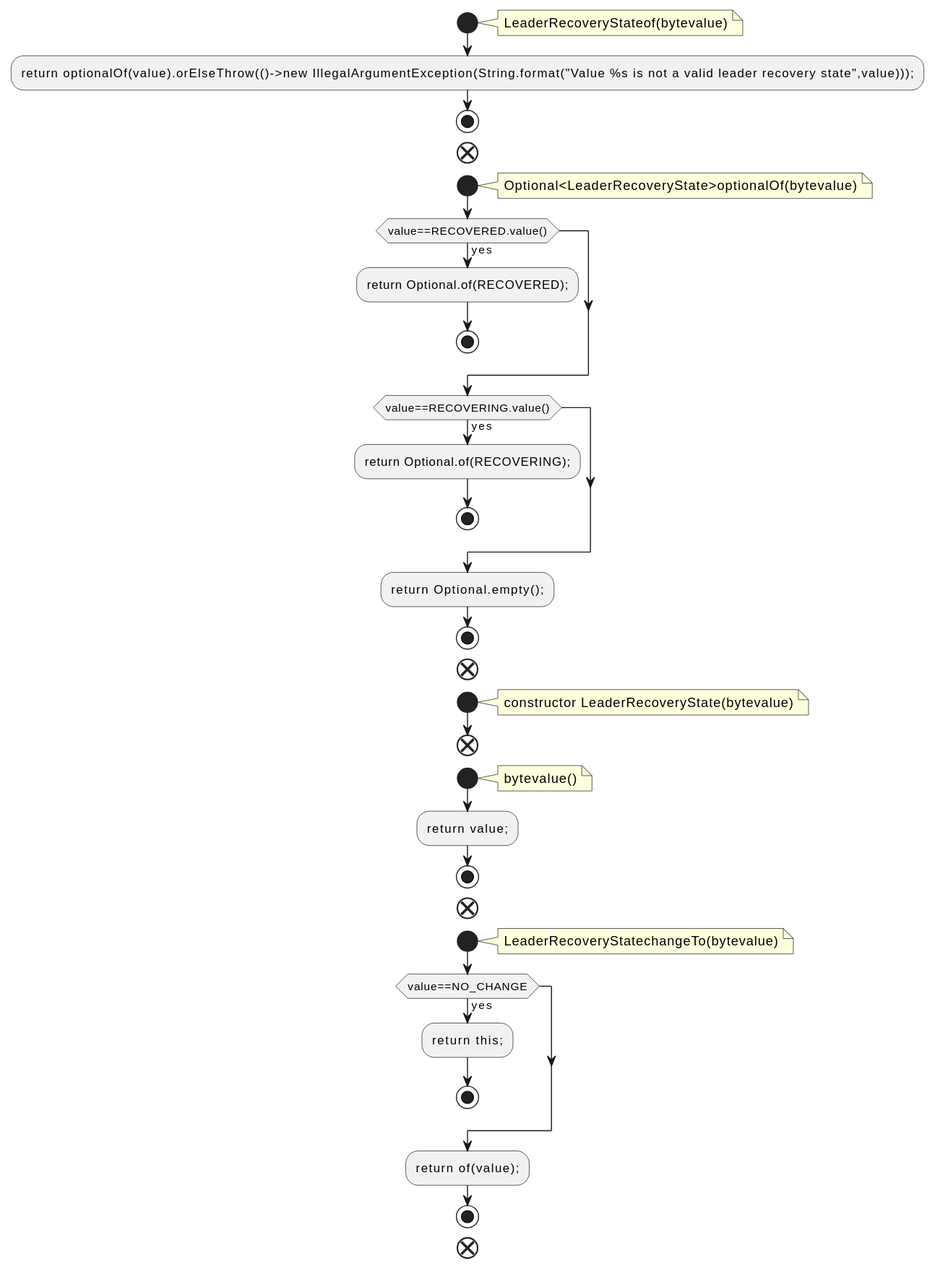
This is docs/qc/metadata/src/main/java/org/apache/kafka/metadata/LeaderRecoveryState.java.fct.svg from qualitesys/kafka, a PlantUML export, as it was before one commit.
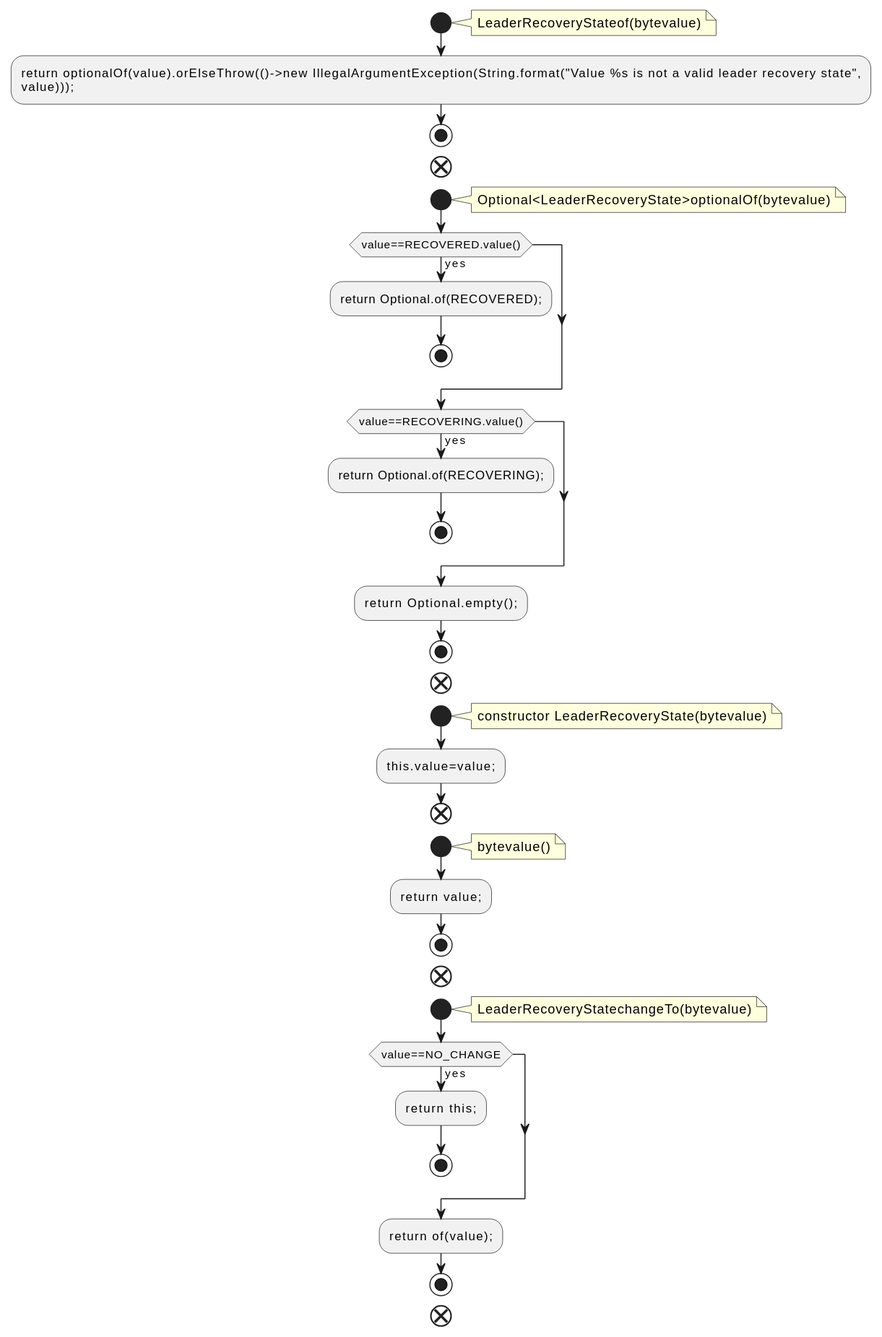
After the change.

What changed in the source:
```diff
@@ -4,7 +4,8 @@
 note right
 LeaderRecoveryStateof(bytevalue)
 end note
-:return optionalOf(value).orElseThrow(()->new IllegalArgumentException(String.format("Value %s is not a valid leader recovery state",value)));;
+:return optionalOf(value).orElseThrow(()->new IllegalArgumentException(String.format("Value %s is not a valid leader recovery state",
+value)));;
 stop
 end
 start
@@ -26,6 +27,7 @@
 note right
 constructor LeaderRecoveryState(bytevalue)
 end note
+:this.value=value;;
 end
 start
 note right
```
